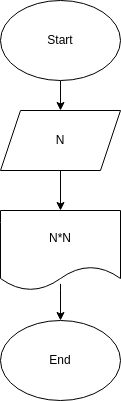
The draw.io diagram Seminars/Seminar_01/Ex_001/diagram.drawio.png in Mogilnov/MyCsharp, before a commit. Source tidied: cells renumbered, new cells last; positions are measured from the earlier drawing's top-left corner, leaving out a move shared by most shapes. Source of this version:
```xml
<mxGraphModel>
  <root>
    <mxCell id="0" />
    <mxCell id="1" parent="0" />
    <mxCell id="2" style="edgeStyle=none;html=1;" parent="1" edge="1" source="3" target="5">
      <mxGeometry relative="1" as="geometry" />
    </mxCell>
    <mxCell id="3" value="Start" style="ellipse;whiteSpace=wrap;html=1;" parent="1" vertex="1">
      <mxGeometry width="120" height="80" as="geometry" />
    </mxCell>
    <mxCell id="4" style="edgeStyle=none;html=1;" parent="1" edge="1" source="5" target="7">
      <mxGeometry relative="1" as="geometry" />
    </mxCell>
    <mxCell id="5" value="N" style="shape=parallelogram;perimeter=parallelogramPerimeter;whiteSpace=wrap;html=1;fixedSize=1;" parent="1" vertex="1">
      <mxGeometry y="110" width="120" height="60" as="geometry" />
    </mxCell>
    <mxCell id="6" style="edgeStyle=none;html=1;" parent="1" edge="1" source="7">
      <mxGeometry relative="1" as="geometry">
        <mxPoint x="60" y="320" as="targetPoint" />
        <Array as="points">
          <mxPoint x="60" y="280" />
        </Array>
      </mxGeometry>
    </mxCell>
    <mxCell id="7" value="N*N" style="shape=document;whiteSpace=wrap;html=1;boundedLbl=1;" parent="1" vertex="1">
      <mxGeometry y="210" width="120" height="80" as="geometry" />
    </mxCell>
    <mxCell id="8" value="End" style="ellipse;whiteSpace=wrap;html=1;" parent="1" vertex="1">
      <mxGeometry y="320" width="120" height="80" as="geometry" />
    </mxCell>
  </root>
</mxGraphModel>
```
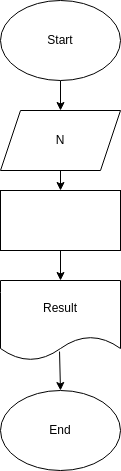
The same file after the commit.

Diff of the diagram source:
```diff
@@ -8,25 +8,26 @@
     <mxCell id="3" value="Start" style="ellipse;whiteSpace=wrap;html=1;" parent="1" vertex="1">
       <mxGeometry width="120" height="80" as="geometry" />
     </mxCell>
-    <mxCell id="4" style="edgeStyle=none;html=1;" parent="1" edge="1" source="5" target="7">
-      <mxGeometry relative="1" as="geometry" />
-    </mxCell>
+    <mxCell id="9" style="edgeStyle=none;html=1;" parent="1" edge="1" source="5" target="12">
+      <mxGeometry relative="1" as="geometry" />
+    </mxCell>
     <mxCell id="5" value="N" style="shape=parallelogram;perimeter=parallelogramPerimeter;whiteSpace=wrap;html=1;fixedSize=1;" parent="1" vertex="1">
       <mxGeometry y="110" width="120" height="60" as="geometry" />
     </mxCell>
-    <mxCell id="6" style="edgeStyle=none;html=1;" parent="1" edge="1" source="7">
-      <mxGeometry relative="1" as="geometry">
-        <mxPoint x="60" y="320" as="targetPoint" />
-        <Array as="points">
-          <mxPoint x="60" y="280" />
-        </Array>
-      </mxGeometry>
-    </mxCell>
+    <mxCell id="10" style="edgeStyle=none;html=1;exitX=0.492;exitY=0.888;exitDx=0;exitDy=0;exitPerimeter=0;" parent="1" edge="1" source="7" target="8">
+      <mxGeometry relative="1" as="geometry" />
+    </mxCell>
-    <mxCell id="7" value="N*N" style="shape=document;whiteSpace=wrap;html=1;boundedLbl=1;" parent="1" vertex="1">
-      <mxGeometry y="210" width="120" height="80" as="geometry" />
+    <mxCell id="7" value="Result" style="shape=document;whiteSpace=wrap;html=1;boundedLbl=1;" parent="1" vertex="1">
+      <mxGeometry y="280" width="120" height="80" as="geometry" />
     </mxCell>
     <mxCell id="8" value="End" style="ellipse;whiteSpace=wrap;html=1;" parent="1" vertex="1">
-      <mxGeometry y="320" width="120" height="80" as="geometry" />
+      <mxGeometry y="390" width="120" height="80" as="geometry" />
     </mxCell>
+    <mxCell id="11" style="edgeStyle=none;html=1;" parent="1" edge="1" source="12" target="7">
+      <mxGeometry relative="1" as="geometry" />
+    </mxCell>
+    <mxCell id="12" style="rounded=0;whiteSpace=wrap;html=1;" parent="1" vertex="1">
+      <mxGeometry y="190" width="120" height="60" as="geometry" />
+    </mxCell>
   </root>
 </mxGraphModel>
```
